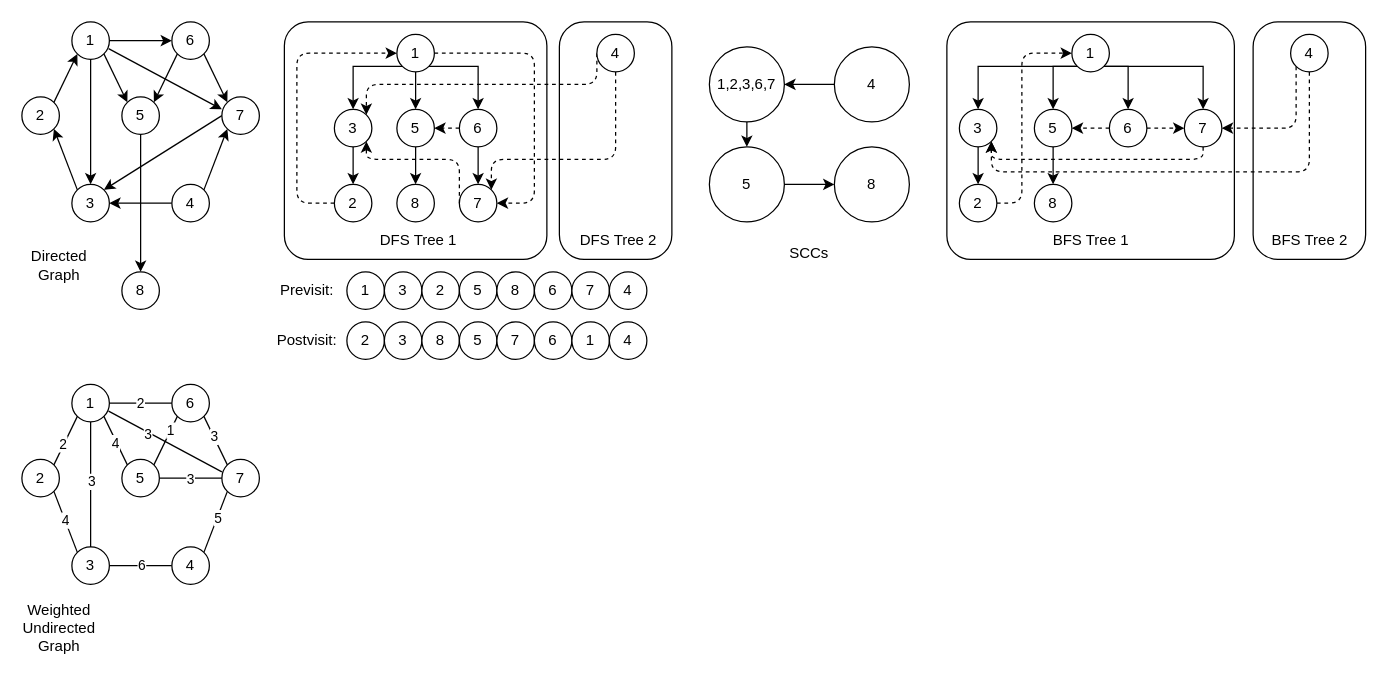
Earlier version of the draw.io diagram Drafts/graph-algo.drawio (xrysamuel/my-drawio). Source tidied: cells renumbered, new cells numbered last; positions are measured from the earlier drawing's top-left corner, leaving out a move shared by most shapes. Both pictures are drawn from the tidied source at 125%, with x=0, y=0 at pixel (21, 21).
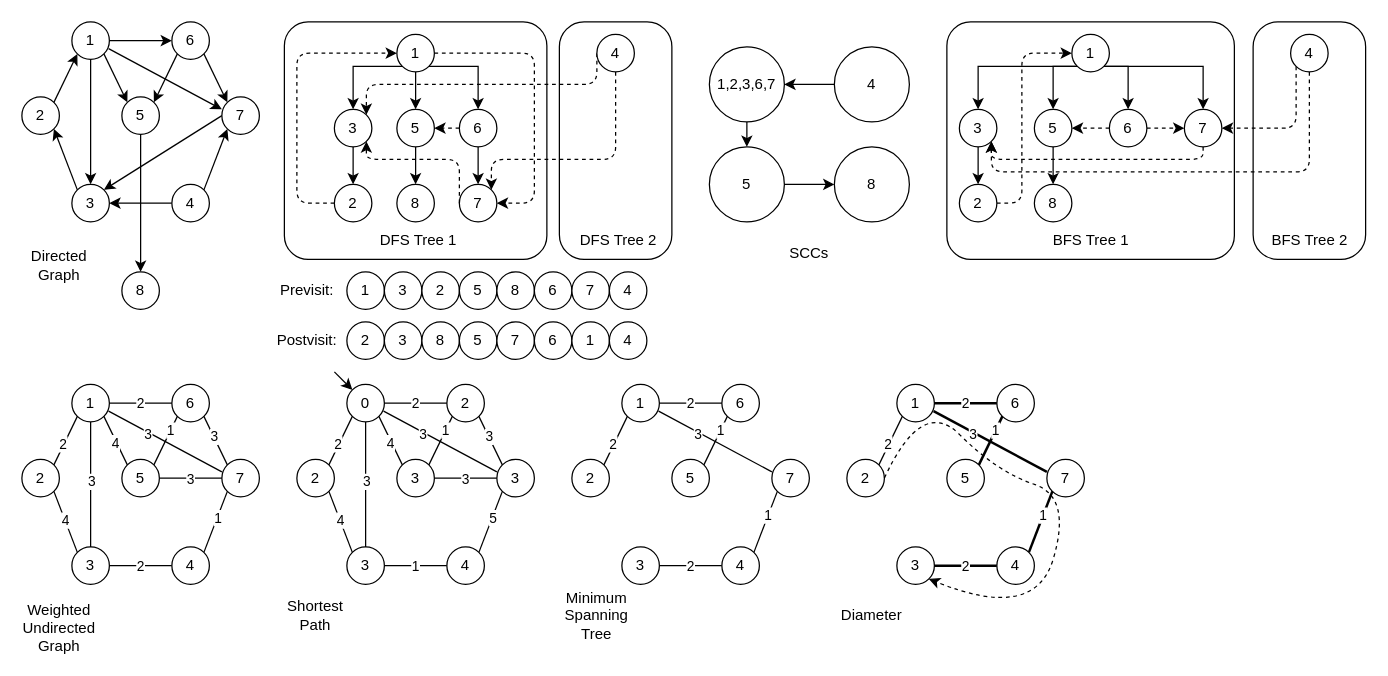
Above is the later version.

The change refers to these unchanged cells:
```xml
<mxCell id="106" style="rounded=0;jettySize=auto;html=1;exitX=0;exitY=1;exitDx=0;exitDy=0;entryX=1;entryY=0;entryDx=0;entryDy=0;endArrow=none;startFill=0;" parent="1" edge="1" source="108" target="125">
  <mxGeometry relative="1" as="geometry" />
</mxCell>
<mxCell id="123" style="edgeStyle=orthogonalEdgeStyle;rounded=0;jettySize=auto;html=1;exitX=0;exitY=0.5;exitDx=0;exitDy=0;entryX=1;entryY=0.5;entryDx=0;entryDy=0;endArrow=none;startFill=0;" parent="1" edge="1" source="125" target="99">
  <mxGeometry relative="1" as="geometry">
    <Array as="points">
      <mxPoint x="100" y="435" />
      <mxPoint x="100" y="435" />
    </Array>
  </mxGeometry>
</mxCell>
```

Change to the diagram source:
```diff
@@
-    <mxCell id="107" value="5" style="edgeLabel;html=1;align=center;verticalAlign=middle;" parent="106" vertex="1">
+    <mxCell id="107" value="1" style="edgeLabel;html=1;align=center;verticalAlign=middle;" parent="106" vertex="1">
       <mxGeometry x="-0.16" relative="1" as="geometry" />
     </mxCell>
@@
-    <mxCell id="124" value="6" style="edgeLabel;html=1;align=center;verticalAlign=middle;" parent="123" vertex="1">
-      <mxGeometry y="-1" relative="1" as="geometry" />
-    </mxCell>
+    <mxCell id="127" value="2" style="edgeLabel;html=1;align=center;verticalAlign=middle;" parent="123" vertex="1">
+      <mxGeometry x="-0.02" y="-1" relative="1" as="geometry">
+        <mxPoint x="-1" y="1" as="offset" />
+      </mxGeometry>
+    </mxCell>
@@
+    <mxCell id="128" value="1" style="ellipse;whiteSpace=wrap;html=1;" parent="1" vertex="1">
+      <mxGeometry x="480" y="290" width="30" height="30" as="geometry" />
+    </mxCell>
+    <mxCell id="129" value="2" style="ellipse;whiteSpace=wrap;html=1;" parent="1" vertex="1">
+      <mxGeometry x="440" y="350" width="30" height="30" as="geometry" />
+    </mxCell>
+    <mxCell id="130" value="3" style="ellipse;whiteSpace=wrap;html=1;" parent="1" vertex="1">
+      <mxGeometry x="480" y="420" width="30" height="30" as="geometry" />
+    </mxCell>
+    <mxCell id="131" style="endArrow=none;html=1;rounded=0;exitX=1;exitY=0;exitDx=0;exitDy=0;entryX=0;entryY=1;entryDx=0;entryDy=0;startFill=0;" parent="1" edge="1" source="129" target="128">
+      <mxGeometry relative="1" as="geometry" />
+    </mxCell>
+    <mxCell id="132" value="2" style="edgeLabel;html=1;align=center;verticalAlign=middle;" parent="131" vertex="1">
+      <mxGeometry x="-0.18" y="1" relative="1" as="geometry" />
+    </mxCell>
+    <mxCell id="133" value="7" style="ellipse;whiteSpace=wrap;html=1;" parent="1" vertex="1">
+      <mxGeometry x="600" y="350" width="30" height="30" as="geometry" />
+    </mxCell>
+    <mxCell id="134" style="rounded=0;jettySize=auto;html=1;exitX=1;exitY=0;exitDx=0;exitDy=0;entryX=0;entryY=1;entryDx=0;entryDy=0;endArrow=none;startFill=0;" parent="1" edge="1" source="136" target="137">
+      <mxGeometry relative="1" as="geometry" />
+    </mxCell>
+    <mxCell id="135" value="1" style="edgeLabel;html=1;align=center;verticalAlign=middle;" parent="134" vertex="1">
+      <mxGeometry x="0.43" y="1" relative="1" as="geometry" />
+    </mxCell>
+    <mxCell id="136" value="5" style="ellipse;whiteSpace=wrap;html=1;" parent="1" vertex="1">
+      <mxGeometry x="520" y="350" width="30" height="30" as="geometry" />
+    </mxCell>
+    <mxCell id="137" value="6" style="ellipse;whiteSpace=wrap;html=1;" parent="1" vertex="1">
+      <mxGeometry x="560" y="290" width="30" height="30" as="geometry" />
+    </mxCell>
+    <mxCell id="138" style="endArrow=none;html=1;rounded=0;exitX=1;exitY=0.5;exitDx=0;exitDy=0;entryX=0;entryY=0.5;entryDx=0;entryDy=0;startFill=0;" parent="1" edge="1" source="128" target="137">
+      <mxGeometry relative="1" as="geometry" />
+    </mxCell>
+    <mxCell id="139" value="2" style="edgeLabel;html=1;align=center;verticalAlign=middle;" parent="138" vertex="1">
+      <mxGeometry x="-0.04" y="1" relative="1" as="geometry" />
+    </mxCell>
+    <mxCell id="140" style="endArrow=none;html=1;rounded=0;exitX=0.979;exitY=0.712;exitDx=0;exitDy=0;entryX=0;entryY=0.333;entryDx=0;entryDy=0;exitPerimeter=0;entryPerimeter=0;startFill=0;" parent="1" edge="1" source="128" target="133">
+      <mxGeometry relative="1" as="geometry" />
+    </mxCell>
+    <mxCell id="141" value="3" style="edgeLabel;html=1;align=center;verticalAlign=middle;" parent="140" vertex="1">
+      <mxGeometry x="-0.03" y="-2" relative="1" as="geometry">
+        <mxPoint x="-12" y="-7" as="offset" />
+      </mxGeometry>
+    </mxCell>
+    <mxCell id="142" style="edgeStyle=orthogonalEdgeStyle;rounded=0;jettySize=auto;html=1;exitX=0;exitY=0.5;exitDx=0;exitDy=0;entryX=1;entryY=0.5;entryDx=0;entryDy=0;endArrow=none;startFill=0;" parent="1" edge="1" source="146" target="130">
+      <mxGeometry relative="1" as="geometry">
+        <Array as="points">
+          <mxPoint x="540" y="435" />
+          <mxPoint x="540" y="435" />
+        </Array>
+      </mxGeometry>
+    </mxCell>
+    <mxCell id="143" value="2" style="edgeLabel;html=1;align=center;verticalAlign=middle;" parent="142" vertex="1">
+      <mxGeometry x="-0.02" y="-1" relative="1" as="geometry">
+        <mxPoint x="-1" y="1" as="offset" />
+      </mxGeometry>
+    </mxCell>
+    <mxCell id="144" style="rounded=0;jettySize=auto;html=1;exitX=1;exitY=0;exitDx=0;exitDy=0;entryX=0;entryY=1;entryDx=0;entryDy=0;endArrow=none;endFill=0;" parent="1" edge="1" source="146" target="133">
+      <mxGeometry relative="1" as="geometry" />
+    </mxCell>
+    <mxCell id="145" value="1" style="edgeLabel;html=1;align=center;verticalAlign=middle;" parent="144" vertex="1">
+      <mxGeometry x="0.22" y="1" relative="1" as="geometry" />
+    </mxCell>
+    <mxCell id="146" value="4" style="ellipse;whiteSpace=wrap;html=1;" parent="1" vertex="1">
+      <mxGeometry x="560" y="420" width="30" height="30" as="geometry" />
+    </mxCell>
+    <mxCell id="147" value="Minimum&lt;div&gt;Spanning&lt;/div&gt;&lt;div&gt;Tree&lt;/div&gt;" style="text;html=1;align=center;verticalAlign=middle;whiteSpace=wrap;rounded=0;" parent="1" vertex="1">
+      <mxGeometry x="430" y="460" width="60" height="30" as="geometry" />
+    </mxCell>
+    <mxCell id="148" value="0" style="ellipse;whiteSpace=wrap;html=1;" parent="1" vertex="1">
+      <mxGeometry x="260" y="290" width="30" height="30" as="geometry" />
+    </mxCell>
+    <mxCell id="149" value="2" style="ellipse;whiteSpace=wrap;html=1;" parent="1" vertex="1">
+      <mxGeometry x="220" y="350" width="30" height="30" as="geometry" />
+    </mxCell>
+    <mxCell id="150" value="3" style="ellipse;whiteSpace=wrap;html=1;" parent="1" vertex="1">
+      <mxGeometry x="260" y="420" width="30" height="30" as="geometry" />
+    </mxCell>
+    <mxCell id="151" style="endArrow=none;html=1;rounded=0;exitX=1;exitY=0;exitDx=0;exitDy=0;entryX=0;entryY=1;entryDx=0;entryDy=0;startFill=0;" parent="1" edge="1" source="149" target="148">
+      <mxGeometry relative="1" as="geometry" />
+    </mxCell>
+    <mxCell id="152" value="2" style="edgeLabel;html=1;align=center;verticalAlign=middle;" parent="151" vertex="1">
+      <mxGeometry x="-0.18" y="1" relative="1" as="geometry" />
+    </mxCell>
+    <mxCell id="153" style="endArrow=none;html=1;rounded=0;exitX=0;exitY=0;exitDx=0;exitDy=0;entryX=1;entryY=1;entryDx=0;entryDy=0;startFill=0;" parent="1" edge="1" source="150" target="149">
+      <mxGeometry relative="1" as="geometry" />
+    </mxCell>
+    <mxCell id="154" value="4" style="edgeLabel;html=1;align=center;verticalAlign=middle;" parent="153" vertex="1">
+      <mxGeometry x="0.06" relative="1" as="geometry" />
+    </mxCell>
+    <mxCell id="155" style="endArrow=none;html=1;rounded=0;exitX=0.5;exitY=1;exitDx=0;exitDy=0;entryX=0.5;entryY=0;entryDx=0;entryDy=0;startFill=0;" parent="1" edge="1" source="148" target="150">
+      <mxGeometry relative="1" as="geometry" />
+    </mxCell>
+    <mxCell id="156" value="3" style="edgeLabel;html=1;align=center;verticalAlign=middle;" parent="155" vertex="1">
+      <mxGeometry x="-0.06" relative="1" as="geometry" />
+    </mxCell>
+    <mxCell id="157" style="rounded=0;jettySize=auto;html=1;exitX=0;exitY=1;exitDx=0;exitDy=0;entryX=1;entryY=0;entryDx=0;entryDy=0;endArrow=none;startFill=0;" parent="1" edge="1" source="159" target="176">
+      <mxGeometry relative="1" as="geometry" />
+    </mxCell>
+    <mxCell id="158" value="5" style="edgeLabel;html=1;align=center;verticalAlign=middle;" parent="157" vertex="1">
+      <mxGeometry x="-0.16" relative="1" as="geometry" />
+    </mxCell>
+    <mxCell id="159" value="3" style="ellipse;whiteSpace=wrap;html=1;" parent="1" vertex="1">
+      <mxGeometry x="380" y="350" width="30" height="30" as="geometry" />
+    </mxCell>
+    <mxCell id="160" style="rounded=0;jettySize=auto;html=1;exitX=1;exitY=0;exitDx=0;exitDy=0;entryX=0;entryY=1;entryDx=0;entryDy=0;endArrow=none;startFill=0;" parent="1" edge="1" source="164" target="165">
+      <mxGeometry relative="1" as="geometry" />
+    </mxCell>
+    <mxCell id="161" value="1" style="edgeLabel;html=1;align=center;verticalAlign=middle;" parent="160" vertex="1">
+      <mxGeometry x="0.43" y="1" relative="1" as="geometry" />
+    </mxCell>
+    <mxCell id="162" style="edgeStyle=orthogonalEdgeStyle;rounded=0;jettySize=auto;html=1;exitX=1;exitY=0.5;exitDx=0;exitDy=0;entryX=0;entryY=0.5;entryDx=0;entryDy=0;endArrow=none;startFill=0;" parent="1" edge="1" source="164" target="159">
+      <mxGeometry relative="1" as="geometry" />
+    </mxCell>
+    <mxCell id="163" value="3" style="edgeLabel;html=1;align=center;verticalAlign=middle;" parent="162" vertex="1">
+      <mxGeometry x="-0.03" relative="1" as="geometry" />
+    </mxCell>
+    <mxCell id="164" value="3" style="ellipse;whiteSpace=wrap;html=1;" parent="1" vertex="1">
+      <mxGeometry x="300" y="350" width="30" height="30" as="geometry" />
+    </mxCell>
+    <mxCell id="165" value="2" style="ellipse;whiteSpace=wrap;html=1;" parent="1" vertex="1">
+      <mxGeometry x="340" y="290" width="30" height="30" as="geometry" />
+    </mxCell>
+    <mxCell id="166" style="endArrow=none;html=1;rounded=0;exitX=1;exitY=1;exitDx=0;exitDy=0;entryX=0;entryY=0;entryDx=0;entryDy=0;startFill=0;" parent="1" edge="1" source="148" target="164">
+      <mxGeometry relative="1" as="geometry" />
+    </mxCell>
+    <mxCell id="167" value="4" style="edgeLabel;html=1;align=center;verticalAlign=middle;" parent="166" vertex="1">
+      <mxGeometry x="0.09" y="-1" relative="1" as="geometry" />
+    </mxCell>
+    <mxCell id="168" style="endArrow=none;html=1;rounded=0;exitX=1;exitY=0.5;exitDx=0;exitDy=0;entryX=0;entryY=0.5;entryDx=0;entryDy=0;startFill=0;" parent="1" edge="1" source="148" target="165">
+      <mxGeometry relative="1" as="geometry" />
+    </mxCell>
+    <mxCell id="169" value="2" style="edgeLabel;html=1;align=center;verticalAlign=middle;" parent="168" vertex="1">
+      <mxGeometry x="-0.04" y="1" relative="1" as="geometry" />
+    </mxCell>
+    <mxCell id="170" style="endArrow=none;html=1;rounded=0;exitX=1;exitY=1;exitDx=0;exitDy=0;entryX=0;entryY=0;entryDx=0;entryDy=0;startFill=0;" parent="1" edge="1" source="165" target="159">
+      <mxGeometry relative="1" as="geometry" />
+    </mxCell>
+    <mxCell id="171" value="3" style="edgeLabel;html=1;align=center;verticalAlign=middle;" parent="170" vertex="1">
+      <mxGeometry x="-0.18" relative="1" as="geometry" />
+    </mxCell>
+    <mxCell id="172" style="endArrow=none;html=1;rounded=0;exitX=0.979;exitY=0.712;exitDx=0;exitDy=0;entryX=0;entryY=0.333;entryDx=0;entryDy=0;exitPerimeter=0;entryPerimeter=0;startFill=0;" parent="1" edge="1" source="148" target="159">
+      <mxGeometry relative="1" as="geometry" />
+    </mxCell>
+    <mxCell id="173" value="3" style="edgeLabel;html=1;align=center;verticalAlign=middle;" parent="172" vertex="1">
+      <mxGeometry x="-0.03" y="-2" relative="1" as="geometry">
+        <mxPoint x="-12" y="-7" as="offset" />
+      </mxGeometry>
+    </mxCell>
+    <mxCell id="174" style="edgeStyle=orthogonalEdgeStyle;rounded=0;jettySize=auto;html=1;exitX=0;exitY=0.5;exitDx=0;exitDy=0;entryX=1;entryY=0.5;entryDx=0;entryDy=0;endArrow=none;startFill=0;" parent="1" edge="1" source="176" target="150">
+      <mxGeometry relative="1" as="geometry">
+        <Array as="points">
+          <mxPoint x="320" y="435" />
+          <mxPoint x="320" y="435" />
+        </Array>
+      </mxGeometry>
+    </mxCell>
+    <mxCell id="175" value="1" style="edgeLabel;html=1;align=center;verticalAlign=middle;" parent="174" vertex="1">
+      <mxGeometry x="-0.02" y="-1" relative="1" as="geometry">
+        <mxPoint x="-1" y="1" as="offset" />
+      </mxGeometry>
+    </mxCell>
+    <mxCell id="176" value="4" style="ellipse;whiteSpace=wrap;html=1;" parent="1" vertex="1">
+      <mxGeometry x="340" y="420" width="30" height="30" as="geometry" />
+    </mxCell>
+    <mxCell id="177" value="Shortest&lt;div&gt;Path&lt;/div&gt;" style="text;html=1;align=center;verticalAlign=middle;whiteSpace=wrap;rounded=0;" parent="1" vertex="1">
+      <mxGeometry x="205" y="460" width="60" height="30" as="geometry" />
+    </mxCell>
+    <mxCell id="178" style="endArrow=classic;html=1;rounded=0;entryX=0;entryY=0;entryDx=0;entryDy=0;" parent="1" edge="1" target="148">
+      <mxGeometry relative="1" as="geometry">
+        <mxPoint x="250" y="280" as="sourcePoint" />
+      </mxGeometry>
+    </mxCell>
+    <mxCell id="179" value="1" style="ellipse;whiteSpace=wrap;html=1;" parent="1" vertex="1">
+      <mxGeometry x="700" y="290" width="30" height="30" as="geometry" />
+    </mxCell>
+    <mxCell id="180" value="2" style="ellipse;whiteSpace=wrap;html=1;" parent="1" vertex="1">
+      <mxGeometry x="660" y="350" width="30" height="30" as="geometry" />
+    </mxCell>
+    <mxCell id="181" value="3" style="ellipse;whiteSpace=wrap;html=1;" parent="1" vertex="1">
+      <mxGeometry x="700" y="420" width="30" height="30" as="geometry" />
+    </mxCell>
+    <mxCell id="182" style="endArrow=none;html=1;rounded=0;exitX=1;exitY=0;exitDx=0;exitDy=0;entryX=0;entryY=1;entryDx=0;entryDy=0;startFill=0;" parent="1" edge="1" source="180" target="179">
+      <mxGeometry relative="1" as="geometry" />
+    </mxCell>
+    <mxCell id="183" value="2" style="edgeLabel;html=1;align=center;verticalAlign=middle;" parent="182" vertex="1">
+      <mxGeometry x="-0.18" y="1" relative="1" as="geometry" />
+    </mxCell>
+    <mxCell id="184" value="7" style="ellipse;whiteSpace=wrap;html=1;" parent="1" vertex="1">
+      <mxGeometry x="820" y="350" width="30" height="30" as="geometry" />
+    </mxCell>
+    <mxCell id="185" style="rounded=0;jettySize=auto;html=1;exitX=1;exitY=0;exitDx=0;exitDy=0;entryX=0;entryY=1;entryDx=0;entryDy=0;endArrow=none;startFill=0;strokeWidth=2;" parent="1" edge="1" source="187" target="188">
+      <mxGeometry relative="1" as="geometry" />
+    </mxCell>
+    <mxCell id="186" value="1" style="edgeLabel;html=1;align=center;verticalAlign=middle;" parent="185" vertex="1">
+      <mxGeometry x="0.43" y="1" relative="1" as="geometry" />
+    </mxCell>
+    <mxCell id="187" value="5" style="ellipse;whiteSpace=wrap;html=1;" parent="1" vertex="1">
+      <mxGeometry x="740" y="350" width="30" height="30" as="geometry" />
+    </mxCell>
+    <mxCell id="188" value="6" style="ellipse;whiteSpace=wrap;html=1;" parent="1" vertex="1">
+      <mxGeometry x="780" y="290" width="30" height="30" as="geometry" />
+    </mxCell>
+    <mxCell id="189" style="endArrow=none;html=1;rounded=0;exitX=1;exitY=0.5;exitDx=0;exitDy=0;entryX=0;entryY=0.5;entryDx=0;entryDy=0;startFill=0;strokeWidth=2;" parent="1" edge="1" source="179" target="188">
+      <mxGeometry relative="1" as="geometry" />
+    </mxCell>
+    <mxCell id="190" value="2" style="edgeLabel;html=1;align=center;verticalAlign=middle;" parent="189" vertex="1">
+      <mxGeometry x="-0.04" y="1" relative="1" as="geometry" />
+    </mxCell>
+    <mxCell id="191" style="endArrow=none;html=1;rounded=0;exitX=0.979;exitY=0.712;exitDx=0;exitDy=0;entryX=0;entryY=0.333;entryDx=0;entryDy=0;exitPerimeter=0;entryPerimeter=0;startFill=0;strokeWidth=2;" parent="1" edge="1" source="179" target="184">
+      <mxGeometry relative="1" as="geometry" />
+    </mxCell>
+    <mxCell id="192" value="3" style="edgeLabel;html=1;align=center;verticalAlign=middle;" parent="191" vertex="1">
+      <mxGeometry x="-0.03" y="-2" relative="1" as="geometry">
+        <mxPoint x="-12" y="-7" as="offset" />
+      </mxGeometry>
+    </mxCell>
+    <mxCell id="193" style="edgeStyle=orthogonalEdgeStyle;rounded=0;jettySize=auto;html=1;exitX=0;exitY=0.5;exitDx=0;exitDy=0;entryX=1;entryY=0.5;entryDx=0;entryDy=0;endArrow=none;startFill=0;strokeWidth=2;" parent="1" edge="1" source="197" target="181">
+      <mxGeometry relative="1" as="geometry">
+        <Array as="points">
+          <mxPoint x="760" y="435" />
+          <mxPoint x="760" y="435" />
+        </Array>
+      </mxGeometry>
+    </mxCell>
+    <mxCell id="194" value="2" style="edgeLabel;html=1;align=center;verticalAlign=middle;" parent="193" vertex="1">
+      <mxGeometry x="-0.02" y="-1" relative="1" as="geometry">
+        <mxPoint x="-1" y="1" as="offset" />
+      </mxGeometry>
+    </mxCell>
+    <mxCell id="195" style="rounded=0;jettySize=auto;html=1;exitX=1;exitY=0;exitDx=0;exitDy=0;entryX=0;entryY=1;entryDx=0;entryDy=0;endArrow=none;endFill=0;strokeWidth=2;" parent="1" edge="1" source="197" target="184">
+      <mxGeometry relative="1" as="geometry" />
+    </mxCell>
+    <mxCell id="196" value="1" style="edgeLabel;html=1;align=center;verticalAlign=middle;" parent="195" vertex="1">
+      <mxGeometry x="0.22" y="1" relative="1" as="geometry" />
+    </mxCell>
+    <mxCell id="197" value="4" style="ellipse;whiteSpace=wrap;html=1;" parent="1" vertex="1">
+      <mxGeometry x="780" y="420" width="30" height="30" as="geometry" />
+    </mxCell>
+    <mxCell id="198" value="Diameter" style="text;html=1;align=center;verticalAlign=middle;whiteSpace=wrap;rounded=0;" parent="1" vertex="1">
+      <mxGeometry x="650" y="460" width="60" height="30" as="geometry" />
+    </mxCell>
+    <mxCell id="199" style="curved=1;endArrow=classic;html=1;rounded=0;exitX=1;exitY=0.5;exitDx=0;exitDy=0;entryX=1;entryY=1;entryDx=0;entryDy=0;dashed=1;" parent="1" edge="1" source="180" target="181">
+      <mxGeometry relative="1" as="geometry">
+        <Array as="points">
+          <mxPoint x="720" y="300" />
+          <mxPoint x="780" y="360" />
+          <mxPoint x="840" y="380" />
+          <mxPoint x="810" y="480" />
+        </Array>
+      </mxGeometry>
+    </mxCell>
```
